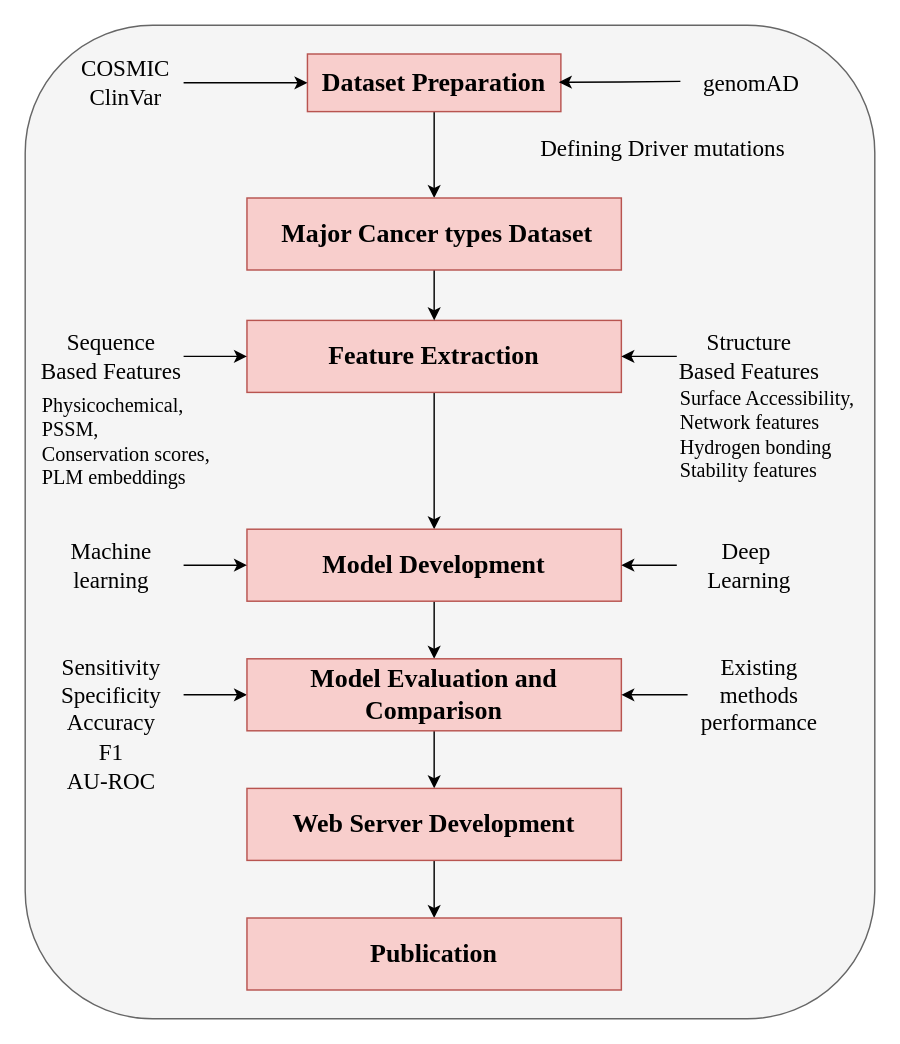
amitphogat/Phogat keeps this draw.io diagram as grant_2.drawio. Above is the earlier version. Source tidied: cells renumbered, new cells numbered last; positions are measured from the earlier drawing's top-left corner, leaving out a move shared by most shapes. Both pictures are drawn from the tidied source at 144%, with x=0, y=0 at pixel (24, 24).
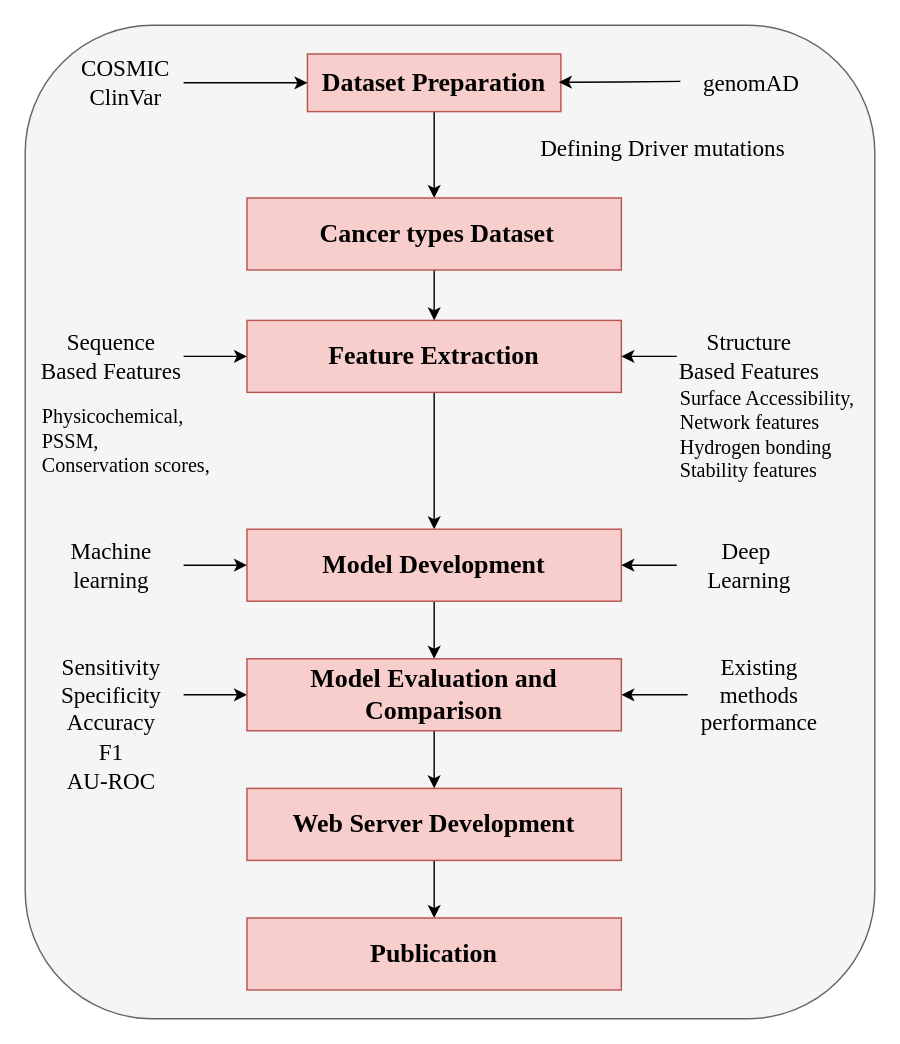
After the change.

What changed in the source:
```diff
@@
-    <mxCell id="12" value="&amp;nbsp;Major Cancer types Dataset" style="rounded=0;whiteSpace=wrap;html=1;fontSize=18;fontFamily=Times New Roman;fontStyle=1;fillColor=#f8cecc;strokeColor=#b85450;" parent="1" vertex="1">
+    <mxCell id="12" value="&amp;nbsp;Cancer types Dataset" style="rounded=0;whiteSpace=wrap;html=1;fontSize=18;fontFamily=Times New Roman;fontStyle=1;fillColor=#f8cecc;strokeColor=#b85450;" parent="1" vertex="1">
       <mxGeometry x="154" y="120" width="260" height="50" as="geometry" />
     </mxCell>
@@
-    <mxCell id="25" value="Physicochemical,&lt;div&gt;PSSM,&lt;/div&gt;&lt;div&gt;Conservation scores,&amp;nbsp;&lt;/div&gt;&lt;div&gt;PLM embeddings&lt;/div&gt;" style="text;html=1;whiteSpace=wrap;strokeColor=none;fillColor=none;align=left;verticalAlign=middle;rounded=0;fontFamily=Times New Roman;fontSize=14;" parent="1" vertex="1">
+    <mxCell id="25" value="Physicochemical,&lt;div&gt;PSSM,&lt;/div&gt;&lt;div&gt;Conservation scores,&amp;nbsp;&lt;/div&gt;" style="text;html=1;whiteSpace=wrap;strokeColor=none;fillColor=none;align=left;verticalAlign=middle;rounded=0;fontFamily=Times New Roman;fontSize=14;" parent="1" vertex="1">
       <mxGeometry x="10" y="260" width="130" height="60" as="geometry" />
     </mxCell>
```
